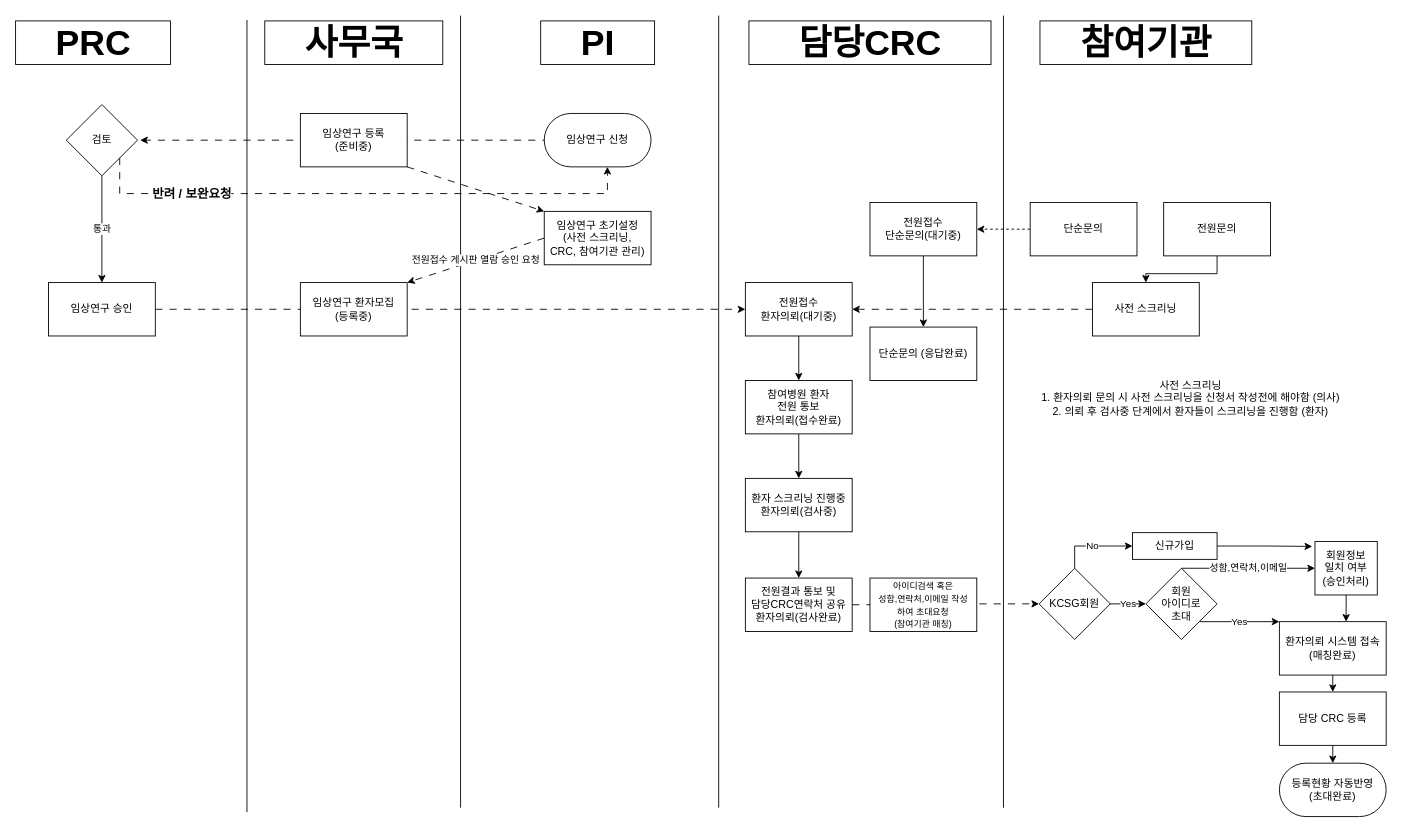
Before: page "Process" (1 of 2) of Algo/withSystem.drawio in Mark1237200/Projects, a draw.io diagram. Source tidied: cells renumbered, new cells numbered last; positions are measured from the earlier drawing's top-left corner, leaving out a move shared by most shapes. Both pictures are drawn from the tidied source at 89%, with x=0, y=0 at pixel (48, 15).
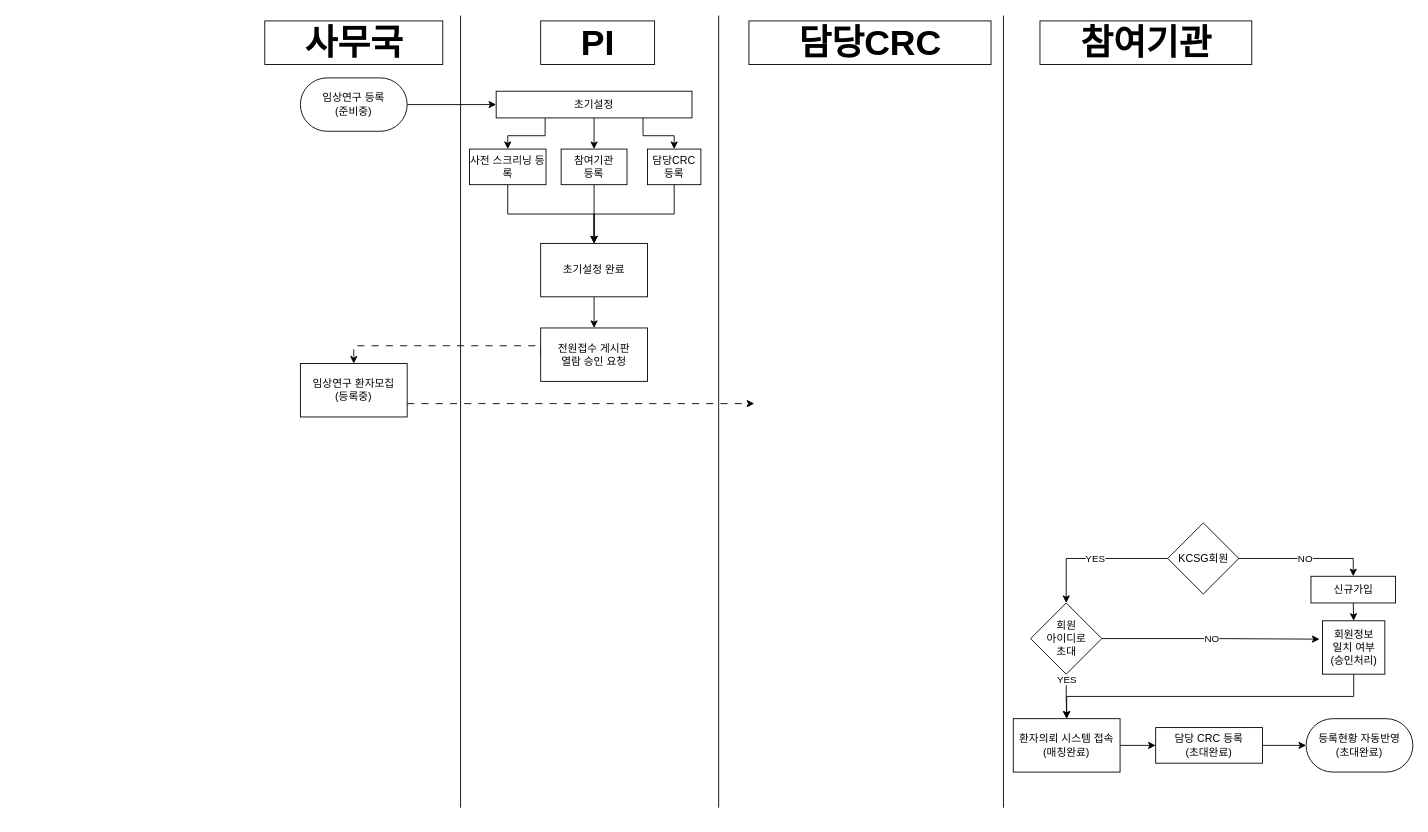
The same diagram, later.

What changed in the source:
```diff
@@
-    <mxCell id="4" value="&amp;nbsp; &amp;nbsp; PRC&amp;nbsp; &amp;nbsp;&amp;nbsp;" style="text;strokeColor=none;fillColor=none;html=1;fontSize=40;fontStyle=1;verticalAlign=middle;align=center;labelBackgroundColor=#ffffff;labelBorderColor=default;" parent="1" vertex="1">
-      <mxGeometry y="10" width="100" height="40" as="geometry" />
-    </mxCell>
@@
-    <mxCell id="7" style="edgeStyle=orthogonalEdgeStyle;rounded=0;orthogonalLoop=1;jettySize=auto;html=1;dashed=1;dashPattern=8 8;" parent="1" edge="1">
-      <mxGeometry relative="1" as="geometry">
-        <mxPoint x="563" y="140" as="sourcePoint" />
-        <mxPoint x="103" y="140" as="targetPoint" />
-      </mxGeometry>
-    </mxCell>
-    <mxCell id="8" value="반려 / 보완요청" style="edgeStyle=orthogonalEdgeStyle;rounded=0;jettySize=auto;html=1;exitX=1;exitY=1;exitDx=0;exitDy=0;dashed=1;dashPattern=8 8;fontStyle=1;fontSize=14;entryX=0.5;entryY=1;entryDx=0;entryDy=0;" parent="1" edge="1" source="10">
-      <mxGeometry x="-0.61" relative="1" as="geometry">
-        <mxPoint x="628" y="170" as="targetPoint" />
-        <Array as="points">
-          <mxPoint x="80" y="200" />
-          <mxPoint x="628" y="200" />
-        </Array>
-      </mxGeometry>
-    </mxCell>
-    <mxCell id="9" value="통과" style="edgeStyle=orthogonalEdgeStyle;rounded=0;jettySize=auto;html=1;" parent="1" edge="1" source="10" target="14">
-      <mxGeometry relative="1" as="geometry" />
-    </mxCell>
-    <mxCell id="10" value="검토" style="rhombus;whiteSpace=wrap;html=1;rounded=0;" parent="1" vertex="1">
-      <mxGeometry x="20" y="100" width="80" height="80" as="geometry" />
-    </mxCell>
-    <mxCell id="11" style="endArrow=none;html=1;rounded=0;" parent="1" edge="1">
-      <mxGeometry relative="1" as="geometry">
-        <mxPoint x="223" y="895" as="sourcePoint" />
-        <mxPoint x="223" y="5" as="targetPoint" />
-      </mxGeometry>
-    </mxCell>
@@
-    <mxCell id="13" style="edgeStyle=orthogonalEdgeStyle;rounded=0;jettySize=auto;html=1;exitX=1;exitY=0.5;exitDx=0;exitDy=0;dashed=1;dashPattern=8 8;entryX=0;entryY=0.5;entryDx=0;entryDy=0;" parent="1" edge="1" source="14" target="31">
-      <mxGeometry relative="1" as="geometry" />
-    </mxCell>
-    <mxCell id="14" value="임상연구 승인" style="whiteSpace=wrap;html=1;rounded=0;" parent="1" vertex="1">
-      <mxGeometry y="300" width="120" height="60" as="geometry" />
-    </mxCell>
-    <mxCell id="15" style="rounded=0;jettySize=auto;html=1;exitX=1;exitY=1;exitDx=0;exitDy=0;dashed=1;dashPattern=8 8;entryX=0;entryY=0;entryDx=0;entryDy=0;" parent="1" edge="1" source="16" target="18">
-      <mxGeometry relative="1" as="geometry" />
-    </mxCell>
-    <mxCell id="16" value="임상연구 등록&lt;br&gt;(준비중)" style="rounded=0;whiteSpace=wrap;html=1;" parent="1" vertex="1">
-      <mxGeometry x="283" y="110" width="120" height="60" as="geometry" />
-    </mxCell>
-    <mxCell id="17" value="전원접수 게시판 열람 승인 요청" style="rounded=0;jettySize=auto;html=1;exitX=0;exitY=0.5;exitDx=0;exitDy=0;dashed=1;dashPattern=8 8;entryX=1;entryY=0;entryDx=0;entryDy=0;" parent="1" edge="1" source="18" target="19">
-      <mxGeometry relative="1" as="geometry" />
-    </mxCell>
+    <mxCell id="58" style="edgeStyle=orthogonalEdgeStyle;rounded=0;jettySize=auto;html=1;exitX=0.5;exitY=1;exitDx=0;exitDy=0;entryX=0.5;entryY=0;entryDx=0;entryDy=0;" parent="1" edge="1" source="18" target="17">
+      <mxGeometry relative="1" as="geometry" />
+    </mxCell>
-    <mxCell id="18" value="임상연구 초기설정&lt;br&gt;(사전 스크리닝,&lt;br&gt;CRC, 참여기관 관리)" style="rounded=0;whiteSpace=wrap;html=1;" parent="1" vertex="1">
-      <mxGeometry x="557" y="220" width="120" height="60" as="geometry" />
+    <mxCell id="18" value="초기설정 완료" style="rounded=0;whiteSpace=wrap;html=1;" parent="1" vertex="1">
+      <mxGeometry x="553" y="256" width="120" height="60" as="geometry" />
     </mxCell>
+    <mxCell id="59" style="edgeStyle=orthogonalEdgeStyle;rounded=0;jettySize=auto;html=1;exitX=1;exitY=0.75;exitDx=0;exitDy=0;dashed=1;dashPattern=8 8;" parent="1" edge="1" source="19">
+      <mxGeometry relative="1" as="geometry">
+        <mxPoint x="793" y="436" as="targetPoint" />
+        <Array as="points">
+          <mxPoint x="793" y="436" />
+        </Array>
+      </mxGeometry>
+    </mxCell>
     <mxCell id="19" value="임상연구 환자모집&lt;br&gt;(등록중)" style="rounded=0;whiteSpace=wrap;html=1;" parent="1" vertex="1">
-      <mxGeometry x="283" y="300" width="120" height="60" as="geometry" />
+      <mxGeometry x="283" y="391" width="120" height="60" as="geometry" />
     </mxCell>
@@
-    <mxCell id="22" style="edgeStyle=orthogonalEdgeStyle;rounded=0;jettySize=auto;html=1;dashed=1;dashPattern=8 8;exitX=0;exitY=0.5;exitDx=0;exitDy=0;entryX=1;entryY=0.5;entryDx=0;entryDy=0;" parent="1" edge="1" source="25" target="31">
-      <mxGeometry relative="1" as="geometry" />
-    </mxCell>
-    <mxCell id="23" style="edgeStyle=orthogonalEdgeStyle;rounded=0;jettySize=auto;html=1;" parent="1" edge="1" source="24" target="25">
-      <mxGeometry relative="1" as="geometry" />
-    </mxCell>
-    <mxCell id="24" value="전원문의" style="rounded=0;whiteSpace=wrap;html=1;" parent="1" vertex="1">
-      <mxGeometry x="1253" y="210" width="120" height="60" as="geometry" />
-    </mxCell>
-    <mxCell id="25" value="사전 스크리닝" style="whiteSpace=wrap;html=1;rounded=0;" parent="1" vertex="1">
-      <mxGeometry x="1173" y="300" width="120" height="60" as="geometry" />
-    </mxCell>
-    <mxCell id="26" style="edgeStyle=orthogonalEdgeStyle;rounded=0;jettySize=auto;html=1;exitX=0;exitY=0.5;exitDx=0;exitDy=0;entryX=1;entryY=0.5;entryDx=0;entryDy=0;dashed=1;" parent="1" edge="1" source="27" target="29">
-      <mxGeometry relative="1" as="geometry" />
-    </mxCell>
-    <mxCell id="27" value="단순문의" style="rounded=0;whiteSpace=wrap;html=1;" parent="1" vertex="1">
-      <mxGeometry x="1103" y="210" width="120" height="60" as="geometry" />
-    </mxCell>
-    <mxCell id="28" style="edgeStyle=orthogonalEdgeStyle;rounded=0;jettySize=auto;html=1;" parent="1" edge="1" source="29" target="36">
-      <mxGeometry relative="1" as="geometry" />
-    </mxCell>
-    <mxCell id="29" value="전원접수&lt;br&gt;단순문의(대기중)" style="rounded=0;whiteSpace=wrap;html=1;" parent="1" vertex="1">
-      <mxGeometry x="923" y="210" width="120" height="60" as="geometry" />
-    </mxCell>
-    <mxCell id="30" style="edgeStyle=orthogonalEdgeStyle;rounded=0;jettySize=auto;html=1;" parent="1" edge="1" source="31" target="33">
-      <mxGeometry relative="1" as="geometry" />
-    </mxCell>
-    <mxCell id="31" value="전원접수&lt;br&gt;환자의뢰(대기중)" style="rounded=0;whiteSpace=wrap;html=1;" parent="1" vertex="1">
-      <mxGeometry x="783" y="300" width="120" height="60" as="geometry" />
-    </mxCell>
-    <mxCell id="32" style="edgeStyle=orthogonalEdgeStyle;rounded=0;jettySize=auto;html=1;" parent="1" edge="1" source="33" target="35">
-      <mxGeometry relative="1" as="geometry" />
-    </mxCell>
-    <mxCell id="33" value="참여병원 환자&lt;br&gt;전원 통보&lt;br&gt;환자의뢰(접수완료)" style="whiteSpace=wrap;html=1;rounded=0;" parent="1" vertex="1">
-      <mxGeometry x="783" y="410" width="120" height="60" as="geometry" />
-    </mxCell>
-    <mxCell id="34" style="edgeStyle=orthogonalEdgeStyle;rounded=0;jettySize=auto;html=1;" parent="1" edge="1" source="35" target="38">
-      <mxGeometry relative="1" as="geometry" />
-    </mxCell>
-    <mxCell id="35" value="환자 스크리닝 진행중&lt;br&gt;환자의뢰(검사중)" style="whiteSpace=wrap;html=1;rounded=0;" parent="1" vertex="1">
-      <mxGeometry x="783" y="520" width="120" height="60" as="geometry" />
-    </mxCell>
-    <mxCell id="36" value="단순문의 (응답완료)" style="rounded=0;whiteSpace=wrap;html=1;" parent="1" vertex="1">
-      <mxGeometry x="923" y="350" width="120" height="60" as="geometry" />
-    </mxCell>
-    <mxCell id="37" style="edgeStyle=orthogonalEdgeStyle;rounded=0;jettySize=auto;html=1;exitX=1;exitY=0.5;exitDx=0;exitDy=0;entryX=0;entryY=0.5;entryDx=0;entryDy=0;dashed=1;dashPattern=8 8;" parent="1" edge="1" source="45">
-      <mxGeometry relative="1" as="geometry">
-        <mxPoint x="1173" y="661" as="targetPoint" />
-      </mxGeometry>
-    </mxCell>
-    <mxCell id="38" value="전원결과 통보 및&lt;br&gt;담당CRC연락처 공유&lt;br&gt;환자의뢰(검사완료)" style="whiteSpace=wrap;html=1;rounded=0;" parent="1" vertex="1">
-      <mxGeometry x="783" y="632" width="120" height="60" as="geometry" />
-    </mxCell>
-    <mxCell id="39" value="No" style="edgeStyle=orthogonalEdgeStyle;rounded=0;jettySize=auto;html=1;exitX=0.5;exitY=0;exitDx=0;exitDy=0;entryX=0;entryY=0.5;entryDx=0;entryDy=0;" parent="1" edge="1" source="45" target="43">
+    <mxCell id="39" value="NO" style="edgeStyle=orthogonalEdgeStyle;rounded=0;jettySize=auto;html=1;exitX=1;exitY=0.5;exitDx=0;exitDy=0;entryX=0.5;entryY=0;entryDx=0;entryDy=0;" parent="1" edge="1" source="45" target="43">
       <mxGeometry relative="1" as="geometry" />
     </mxCell>
-    <mxCell id="40" style="edgeStyle=orthogonalEdgeStyle;rounded=0;jettySize=auto;html=1;exitX=0.5;exitY=1;exitDx=0;exitDy=0;entryX=0.5;entryY=0;entryDx=0;entryDy=0;" parent="1" edge="1" source="41" target="53">
+    <mxCell id="40" style="edgeStyle=orthogonalEdgeStyle;rounded=0;jettySize=auto;html=1;exitX=1;exitY=0.5;exitDx=0;exitDy=0;entryX=0;entryY=0.5;entryDx=0;entryDy=0;" parent="1" edge="1" source="41" target="53">
       <mxGeometry relative="1" as="geometry" />
     </mxCell>
     <mxCell id="41" value="환자의뢰 시스템 접속&lt;br style=&quot;border-color: var(--border-color);&quot;&gt;(매칭완료)" style="whiteSpace=wrap;html=1;" parent="1" vertex="1">
-      <mxGeometry x="1383" y="681" width="120" height="60" as="geometry" />
+      <mxGeometry x="1084" y="790" width="120" height="60" as="geometry" />
     </mxCell>
-    <mxCell id="42" style="edgeStyle=orthogonalEdgeStyle;rounded=0;jettySize=auto;html=1;exitX=1;exitY=0.5;exitDx=0;exitDy=0;entryX=-0.045;entryY=0.091;entryDx=0;entryDy=0;entryPerimeter=0;" parent="1" edge="1" source="43" target="51">
+    <mxCell id="42" style="edgeStyle=orthogonalEdgeStyle;rounded=0;jettySize=auto;html=1;exitX=0.5;exitY=1;exitDx=0;exitDy=0;entryX=0.5;entryY=0;entryDx=0;entryDy=0;" parent="1" edge="1" source="43" target="51">
       <mxGeometry relative="1" as="geometry" />
     </mxCell>
     <mxCell id="43" value="신규가입" style="whiteSpace=wrap;html=1;" parent="1" vertex="1">
-      <mxGeometry x="1218" y="581" width="95" height="30" as="geometry" />
+      <mxGeometry x="1418.5" y="630" width="95" height="30" as="geometry" />
     </mxCell>
-    <mxCell id="44" style="edgeStyle=orthogonalEdgeStyle;rounded=0;jettySize=auto;html=1;exitX=1;exitY=0.5;exitDx=0;exitDy=0;entryX=0;entryY=0.5;entryDx=0;entryDy=0;dashed=1;dashPattern=8 8;" parent="1" edge="1" source="38" target="45">
-      <mxGeometry relative="1" as="geometry" />
-    </mxCell>
     <mxCell id="45" value="KCSG회원" style="rhombus;whiteSpace=wrap;html=1;" parent="1" vertex="1">
-      <mxGeometry x="1113" y="621" width="80" height="80" as="geometry" />
+      <mxGeometry x="1257.5" y="570" width="80" height="80" as="geometry" />
     </mxCell>
-    <mxCell id="46" value="Yes" style="edgeStyle=orthogonalEdgeStyle;rounded=0;jettySize=auto;html=1;" parent="1" edge="1" source="45" target="49">
+    <mxCell id="46" value="YES" style="edgeStyle=orthogonalEdgeStyle;rounded=0;jettySize=auto;html=1;entryX=0.5;entryY=0;entryDx=0;entryDy=0;" parent="1" edge="1" source="45" target="49">
       <mxGeometry relative="1" as="geometry" />
     </mxCell>
-    <mxCell id="47" value="Yes" style="edgeStyle=orthogonalEdgeStyle;rounded=0;jettySize=auto;html=1;exitX=1;exitY=1;exitDx=0;exitDy=0;entryX=0;entryY=0;entryDx=0;entryDy=0;" parent="1" edge="1" source="49" target="41">
-      <mxGeometry relative="1" as="geometry">
-        <Array as="points">
-          <mxPoint x="1363" y="681" />
-          <mxPoint x="1363" y="681" />
-        </Array>
-      </mxGeometry>
+    <mxCell id="47" value="YES" style="edgeStyle=orthogonalEdgeStyle;rounded=0;jettySize=auto;html=1;exitX=0.5;exitY=1;exitDx=0;exitDy=0;entryX=0.5;entryY=0;entryDx=0;entryDy=0;" parent="1" edge="1" source="49" target="41">
+      <mxGeometry x="-0.76" relative="1" as="geometry" />
     </mxCell>
-    <mxCell id="48" value="성함,연락처,이메일" style="rounded=0;jettySize=auto;html=1;exitX=0.5;exitY=0;exitDx=0;exitDy=0;entryX=0;entryY=0.5;entryDx=0;entryDy=0;" parent="1" edge="1" source="49">
-      <mxGeometry relative="1" as="geometry">
-        <mxPoint x="1423" y="621" as="targetPoint" />
-      </mxGeometry>
-    </mxCell>
+    <mxCell id="60" value="NO" style="edgeStyle=orthogonalEdgeStyle;rounded=0;jettySize=auto;html=1;exitX=1;exitY=0.5;exitDx=0;exitDy=0;entryX=-0.048;entryY=0.344;entryDx=0;entryDy=0;entryPerimeter=0;" parent="1" edge="1" source="49" target="51">
+      <mxGeometry relative="1" as="geometry" />
+    </mxCell>
     <mxCell id="49" value="회원&lt;br&gt;아이디로&lt;br&gt;초대" style="rhombus;whiteSpace=wrap;html=1;" parent="1" vertex="1">
-      <mxGeometry x="1233" y="621" width="80" height="80" as="geometry" />
+      <mxGeometry x="1103.5" y="660" width="80" height="80" as="geometry" />
     </mxCell>
-    <mxCell id="50" style="edgeStyle=orthogonalEdgeStyle;rounded=0;jettySize=auto;html=1;exitX=0.5;exitY=1;exitDx=0;exitDy=0;entryX=0.625;entryY=0;entryDx=0;entryDy=0;entryPerimeter=0;" parent="1" edge="1" source="51" target="41">
+    <mxCell id="50" style="edgeStyle=orthogonalEdgeStyle;rounded=0;jettySize=auto;html=1;exitX=0.5;exitY=1;exitDx=0;exitDy=0;entryX=0.5;entryY=0;entryDx=0;entryDy=0;" parent="1" edge="1" source="51" target="41">
       <mxGeometry relative="1" as="geometry" />
     </mxCell>
     <mxCell id="51" value="&lt;span style=&quot;color: rgb(0, 0, 0); font-family: Helvetica; font-size: 12px; font-style: normal; font-variant-ligatures: normal; font-variant-caps: normal; font-weight: 400; letter-spacing: normal; orphans: 2; text-align: center; text-indent: 0px; text-transform: none; widows: 2; word-spacing: 0px; -webkit-text-stroke-width: 0px; background-color: rgb(251, 251, 251); text-decoration-thickness: initial; text-decoration-style: initial; text-decoration-color: initial; float: none; display: inline !important;&quot;&gt;회원정보&lt;/span&gt;&lt;br style=&quot;border-color: var(--border-color); color: rgb(0, 0, 0); font-family: Helvetica; font-size: 12px; font-style: normal; font-variant-ligatures: normal; font-variant-caps: normal; font-weight: 400; letter-spacing: normal; orphans: 2; text-align: center; text-indent: 0px; text-transform: none; widows: 2; word-spacing: 0px; -webkit-text-stroke-width: 0px; background-color: rgb(251, 251, 251); text-decoration-thickness: initial; text-decoration-style: initial; text-decoration-color: initial;&quot;&gt;&lt;span style=&quot;color: rgb(0, 0, 0); font-family: Helvetica; font-size: 12px; font-style: normal; font-variant-ligatures: normal; font-variant-caps: normal; font-weight: 400; letter-spacing: normal; orphans: 2; text-align: center; text-indent: 0px; text-transform: none; widows: 2; word-spacing: 0px; -webkit-text-stroke-width: 0px; background-color: rgb(251, 251, 251); text-decoration-thickness: initial; text-decoration-style: initial; text-decoration-color: initial; float: none; display: inline !important;&quot;&gt;일치 여부&lt;/span&gt;&lt;br style=&quot;border-color: var(--border-color); color: rgb(0, 0, 0); font-family: Helvetica; font-size: 12px; font-style: normal; font-variant-ligatures: normal; font-variant-caps: normal; font-weight: 400; letter-spacing: normal; orphans: 2; text-align: center; text-indent: 0px; text-transform: none; widows: 2; word-spacing: 0px; -webkit-text-stroke-width: 0px; background-color: rgb(251, 251, 251); text-decoration-thickness: initial; text-decoration-style: initial; text-decoration-color: initial;&quot;&gt;&lt;span style=&quot;color: rgb(0, 0, 0); font-family: Helvetica; font-size: 12px; font-style: normal; font-variant-ligatures: normal; font-variant-caps: normal; font-weight: 400; letter-spacing: normal; orphans: 2; text-align: center; text-indent: 0px; text-transform: none; widows: 2; word-spacing: 0px; -webkit-text-stroke-width: 0px; background-color: rgb(251, 251, 251); text-decoration-thickness: initial; text-decoration-style: initial; text-decoration-color: initial; float: none; display: inline !important;&quot;&gt;(승인처리)&lt;/span&gt;" style="whiteSpace=wrap;html=1;" parent="1" vertex="1">
-      <mxGeometry x="1423" y="591" width="70" height="60" as="geometry" />
+      <mxGeometry x="1431.5" y="680" width="70" height="60" as="geometry" />
     </mxCell>
-    <mxCell id="52" style="edgeStyle=orthogonalEdgeStyle;rounded=0;jettySize=auto;html=1;exitX=0.5;exitY=1;exitDx=0;exitDy=0;entryX=0.5;entryY=0;entryDx=0;entryDy=0;" parent="1" edge="1" source="53">
-      <mxGeometry relative="1" as="geometry">
-        <mxPoint x="1443" y="840" as="targetPoint" />
-      </mxGeometry>
+    <mxCell id="52" style="edgeStyle=orthogonalEdgeStyle;rounded=0;jettySize=auto;html=1;exitX=1;exitY=0.5;exitDx=0;exitDy=0;entryX=0;entryY=0.5;entryDx=0;entryDy=0;" parent="1" edge="1" source="53" target="56">
+      <mxGeometry relative="1" as="geometry" />
     </mxCell>
-    <mxCell id="53" value="담당 CRC 등록" style="whiteSpace=wrap;html=1;" parent="1" vertex="1">
-      <mxGeometry x="1383" y="760" width="120" height="60" as="geometry" />
+    <mxCell id="53" value="담당 CRC 등록&lt;br&gt;(초대완료)" style="whiteSpace=wrap;html=1;" parent="1" vertex="1">
+      <mxGeometry x="1244" y="800" width="120" height="40" as="geometry" />
     </mxCell>
-    <mxCell id="54" value="&lt;font style=&quot;font-size: 10px;&quot;&gt;아이디검색 혹은&lt;br&gt;성함,연락처,이메일 작성&lt;br&gt;하여 초대요청&lt;br&gt;(참여기관 매칭)&lt;/font&gt;" style="rounded=0;whiteSpace=wrap;html=1;" parent="1" vertex="1">
-      <mxGeometry x="923" y="632" width="120" height="60" as="geometry" />
-    </mxCell>
-    <mxCell id="55" value="임상연구 신청" style="rounded=1;whiteSpace=wrap;html=1;arcSize=50;" parent="1" vertex="1">
-      <mxGeometry x="557" y="110" width="120" height="60" as="geometry" />
-    </mxCell>
     <mxCell id="56" value="등록현황 자동반영&lt;br&gt;(초대완료)" style="rounded=1;whiteSpace=wrap;html=1;arcSize=50;" parent="1" vertex="1">
-      <mxGeometry x="1383" y="840" width="120" height="60" as="geometry" />
+      <mxGeometry x="1413" y="790" width="120" height="60" as="geometry" />
     </mxCell>
-    <mxCell id="57" value="사전 스크리닝&lt;br&gt;1. 환자의뢰 문의 시 사전 스크리닝을 신청서 작성전에 해야함 (의사)&lt;br&gt;2. 의뢰 후 검사중 단계에서 환자들이 스크리닝을 진행함 (환자)" style="text;html=1;align=center;verticalAlign=middle;strokeColor=none;fillColor=none;" parent="1" vertex="1">
-      <mxGeometry x="1093" y="400" width="380" height="60" as="geometry" />
-    </mxCell>
+    <mxCell id="61" style="edgeStyle=orthogonalEdgeStyle;rounded=0;jettySize=auto;html=1;exitX=0;exitY=0.5;exitDx=0;exitDy=0;dashed=1;dashPattern=8 8;entryX=0.5;entryY=0;entryDx=0;entryDy=0;" parent="1" edge="1" source="17" target="19">
+      <mxGeometry relative="1" as="geometry">
+        <Array as="points">
+          <mxPoint x="553" y="371" />
+          <mxPoint x="343" y="371" />
+        </Array>
+      </mxGeometry>
+    </mxCell>
+    <mxCell id="17" value="전원접수 게시판&lt;br&gt;열람 승인 요청" style="rounded=0;whiteSpace=wrap;html=1;" parent="1" vertex="1">
+      <mxGeometry x="553" y="351" width="120" height="60" as="geometry" />
+    </mxCell>
+    <mxCell id="62" style="edgeStyle=orthogonalEdgeStyle;rounded=0;jettySize=auto;html=1;exitX=1;exitY=0.5;exitDx=0;exitDy=0;entryX=0;entryY=0.5;entryDx=0;entryDy=0;" parent="1" edge="1" source="16" target="72">
+      <mxGeometry relative="1" as="geometry" />
+    </mxCell>
+    <mxCell id="16" value="임상연구 등록&lt;br&gt;(준비중)" style="rounded=1;whiteSpace=wrap;html=1;arcSize=50;" parent="1" vertex="1">
+      <mxGeometry x="283" y="70" width="120" height="60" as="geometry" />
+    </mxCell>
+    <mxCell id="63" style="edgeStyle=orthogonalEdgeStyle;rounded=0;jettySize=auto;html=1;exitX=0.5;exitY=1;exitDx=0;exitDy=0;entryX=0.5;entryY=0;entryDx=0;entryDy=0;" parent="1" edge="1" source="64" target="18">
+      <mxGeometry relative="1" as="geometry" />
+    </mxCell>
+    <mxCell id="64" value="사전 스크리닝 등록" style="rounded=0;whiteSpace=wrap;html=1;" parent="1" vertex="1">
+      <mxGeometry x="473" y="150" width="86" height="40" as="geometry" />
+    </mxCell>
+    <mxCell id="65" style="edgeStyle=orthogonalEdgeStyle;rounded=0;jettySize=auto;html=1;exitX=0.5;exitY=1;exitDx=0;exitDy=0;entryX=0.5;entryY=0;entryDx=0;entryDy=0;" parent="1" edge="1" source="66" target="18">
+      <mxGeometry relative="1" as="geometry" />
+    </mxCell>
+    <mxCell id="66" value="참여기관&lt;br&gt;등록" style="rounded=0;whiteSpace=wrap;html=1;" parent="1" vertex="1">
+      <mxGeometry x="576" y="150" width="74" height="40" as="geometry" />
+    </mxCell>
+    <mxCell id="67" style="edgeStyle=orthogonalEdgeStyle;rounded=0;jettySize=auto;html=1;exitX=0.5;exitY=1;exitDx=0;exitDy=0;entryX=0.5;entryY=0;entryDx=0;entryDy=0;" parent="1" edge="1" source="68" target="18">
+      <mxGeometry relative="1" as="geometry" />
+    </mxCell>
+    <mxCell id="68" value="담당CRC&lt;br&gt;등록" style="rounded=0;whiteSpace=wrap;html=1;" parent="1" vertex="1">
+      <mxGeometry x="673" y="150" width="60" height="40" as="geometry" />
+    </mxCell>
+    <mxCell id="69" style="edgeStyle=orthogonalEdgeStyle;rounded=0;jettySize=auto;html=1;exitX=0.25;exitY=1;exitDx=0;exitDy=0;entryX=0.5;entryY=0;entryDx=0;entryDy=0;" parent="1" edge="1" source="72" target="64">
+      <mxGeometry relative="1" as="geometry" />
+    </mxCell>
+    <mxCell id="70" style="edgeStyle=orthogonalEdgeStyle;rounded=0;jettySize=auto;html=1;exitX=0.5;exitY=1;exitDx=0;exitDy=0;entryX=0.5;entryY=0;entryDx=0;entryDy=0;" parent="1" edge="1" source="72" target="66">
+      <mxGeometry relative="1" as="geometry" />
+    </mxCell>
+    <mxCell id="71" style="edgeStyle=orthogonalEdgeStyle;rounded=0;jettySize=auto;html=1;exitX=0.75;exitY=1;exitDx=0;exitDy=0;entryX=0.5;entryY=0;entryDx=0;entryDy=0;" parent="1" edge="1" source="72" target="68">
+      <mxGeometry relative="1" as="geometry" />
+    </mxCell>
+    <mxCell id="72" value="초기설정" style="rounded=0;whiteSpace=wrap;html=1;" parent="1" vertex="1">
+      <mxGeometry x="503" y="85" width="220" height="30" as="geometry" />
+    </mxCell>
```
